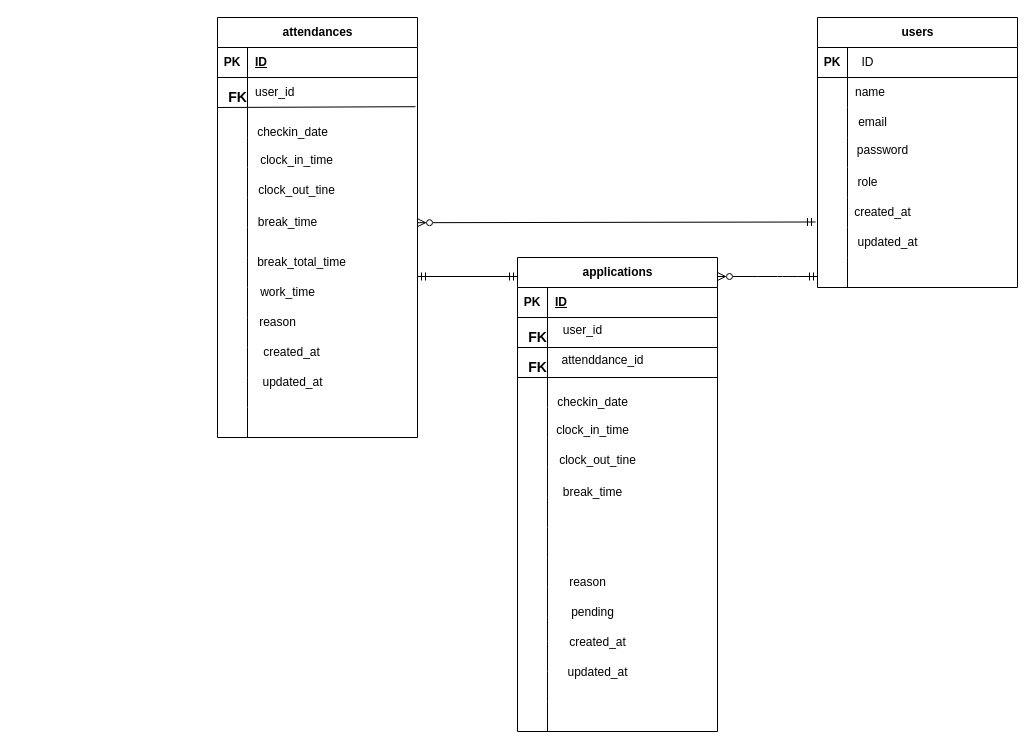
This is er-diagram.drawio from takayuki2025/simulation2_1, a draw.io file, before an edit. Source tidied: cells renumbered, new cells numbered last; positions are measured from the earlier drawing's top-left corner, leaving out a move shared by most shapes. Both pictures are drawn from the tidied source at 100%, with x=0, y=0 at pixel (17, 17).
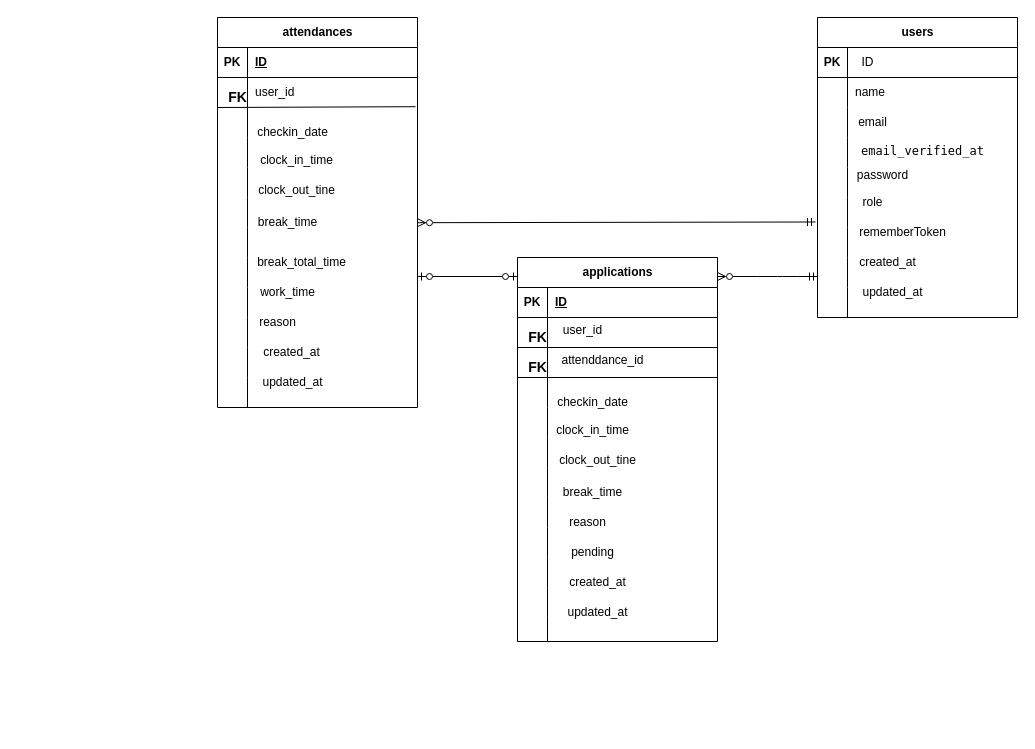
The same diagram, later.

Commit message (it also covers changes not shown here):
仕上げ調整16

Change to the diagram source:
```diff
@@
     <mxCell id="2" value="attendances" style="shape=table;startSize=30;childLayout=tableLayout;rowLines=0;fontStyle=1;align=center;html=1;" parent="1" vertex="1">
-      <mxGeometry x="200" width="200" height="420" as="geometry" />
+      <mxGeometry x="200" width="200" height="390" as="geometry" />
     </mxCell>
@@
-    <mxCell id="39" style="shape=tableRow;horizontal=0;startSize=0;swimlaneHead=0;swimlaneBody=0;fillColor=none;top=0;left=0;right=0;bottom=0;" parent="2" vertex="1">
-      <mxGeometry y="390" width="200" height="30" as="geometry" />
-    </mxCell>
-    <mxCell id="40" style="shape=partialRectangle;fillColor=none;top=0;left=0;bottom=0;right=0;overflow=hidden;whiteSpace=wrap;html=1;" parent="39" vertex="1">
-      <mxGeometry width="30" height="30" as="geometry" />
-    </mxCell>
-    <mxCell id="41" style="shape=partialRectangle;fillColor=none;top=0;left=0;bottom=0;right=0;align=left;spacingLeft=6;overflow=hidden;whiteSpace=wrap;html=1;" parent="39" vertex="1">
-      <mxGeometry x="30" width="170" height="30" as="geometry" />
-    </mxCell>
     <mxCell id="42" value="users" style="shape=table;startSize=30;childLayout=tableLayout;rowLines=0;fontStyle=1;align=center;html=1;" parent="1" vertex="1">
-      <mxGeometry x="800" width="200" height="270" as="geometry" />
+      <mxGeometry x="800" width="200" height="300" as="geometry" />
     </mxCell>
@@
+    <mxCell id="146" style="shape=tableRow;horizontal=0;startSize=0;swimlaneHead=0;swimlaneBody=0;fillColor=none;top=0;left=0;right=0;bottom=0;" parent="42" vertex="1">
+      <mxGeometry y="270" width="200" height="30" as="geometry" />
+    </mxCell>
+    <mxCell id="147" style="shape=partialRectangle;fillColor=none;top=0;left=0;bottom=0;right=0;overflow=hidden;whiteSpace=wrap;html=1;" parent="146" vertex="1">
+      <mxGeometry width="30" height="30" as="geometry" />
+    </mxCell>
+    <mxCell id="148" style="shape=partialRectangle;fillColor=none;top=0;left=0;bottom=0;right=0;align=left;spacingLeft=6;overflow=hidden;whiteSpace=wrap;html=1;" parent="146" vertex="1">
+      <mxGeometry x="30" width="170" height="30" as="geometry" />
+    </mxCell>
@@
     <mxCell id="71" value="password&lt;div&gt;&lt;br&gt;&lt;/div&gt;" style="text;html=1;align=center;verticalAlign=middle;strokeColor=none;fillColor=none;" parent="1" vertex="1">
-      <mxGeometry x="830" y="120" width="70" height="40" as="geometry" />
+      <mxGeometry x="830" y="145" width="70" height="40" as="geometry" />
     </mxCell>
     <mxCell id="72" value="role" style="text;html=1;align=center;verticalAlign=middle;strokeColor=none;fillColor=none;" parent="1" vertex="1">
-      <mxGeometry x="830" y="150" width="40" height="30" as="geometry" />
+      <mxGeometry x="835" y="170" width="40" height="30" as="geometry" />
     </mxCell>
@@
     <mxCell id="74" value="created_at" style="text;html=1;align=center;verticalAlign=middle;strokeColor=none;fillColor=none;" parent="1" vertex="1">
-      <mxGeometry x="825" y="180" width="80" height="30" as="geometry" />
+      <mxGeometry x="830" y="230" width="80" height="30" as="geometry" />
     </mxCell>
@@
     <mxCell id="76" value="updated_at" style="text;html=1;align=center;verticalAlign=middle;strokeColor=none;fillColor=none;" parent="1" vertex="1">
-      <mxGeometry x="830" y="210" width="80" height="30" as="geometry" />
+      <mxGeometry x="835" y="260" width="80" height="30" as="geometry" />
     </mxCell>
@@
     <mxCell id="80" value="applications" style="shape=table;startSize=30;childLayout=tableLayout;rowLines=0;fontStyle=1;align=center;html=1;" parent="1" vertex="1">
-      <mxGeometry x="500" y="240" width="200" height="474" as="geometry" />
+      <mxGeometry x="500" y="240" width="200" height="384" as="geometry" />
     </mxCell>
@@
-    <mxCell id="117" style="shape=tableRow;horizontal=0;startSize=0;swimlaneHead=0;swimlaneBody=0;fillColor=none;top=0;left=0;right=0;bottom=0;" parent="80" vertex="1">
-      <mxGeometry y="384" width="200" height="30" as="geometry" />
-    </mxCell>
-    <mxCell id="118" style="shape=partialRectangle;fillColor=none;top=0;left=0;bottom=0;right=0;overflow=hidden;whiteSpace=wrap;html=1;" parent="117" vertex="1">
-      <mxGeometry width="30" height="30" as="geometry" />
-    </mxCell>
-    <mxCell id="119" style="shape=partialRectangle;fillColor=none;top=0;left=0;bottom=0;right=0;align=left;spacingLeft=6;overflow=hidden;whiteSpace=wrap;html=1;" parent="117" vertex="1">
-      <mxGeometry x="30" width="170" height="30" as="geometry" />
-    </mxCell>
-    <mxCell id="120" style="shape=tableRow;horizontal=0;startSize=0;swimlaneHead=0;swimlaneBody=0;fillColor=none;top=0;left=0;right=0;bottom=0;" parent="80" vertex="1">
-      <mxGeometry y="414" width="200" height="30" as="geometry" />
-    </mxCell>
-    <mxCell id="121" style="shape=partialRectangle;fillColor=none;top=0;left=0;bottom=0;right=0;overflow=hidden;whiteSpace=wrap;html=1;" parent="120" vertex="1">
-      <mxGeometry width="30" height="30" as="geometry" />
-    </mxCell>
-    <mxCell id="122" style="shape=partialRectangle;fillColor=none;top=0;left=0;bottom=0;right=0;align=left;spacingLeft=6;overflow=hidden;whiteSpace=wrap;html=1;" parent="120" vertex="1">
-      <mxGeometry x="30" width="170" height="30" as="geometry" />
-    </mxCell>
-    <mxCell id="123" style="shape=tableRow;horizontal=0;startSize=0;swimlaneHead=0;swimlaneBody=0;fillColor=none;top=0;left=0;right=0;bottom=0;" parent="80" vertex="1">
-      <mxGeometry y="444" width="200" height="30" as="geometry" />
-    </mxCell>
-    <mxCell id="124" style="shape=partialRectangle;fillColor=none;top=0;left=0;bottom=0;right=0;overflow=hidden;whiteSpace=wrap;html=1;" parent="123" vertex="1">
-      <mxGeometry width="30" height="30" as="geometry" />
-    </mxCell>
-    <mxCell id="125" style="shape=partialRectangle;fillColor=none;top=0;left=0;bottom=0;right=0;align=left;spacingLeft=6;overflow=hidden;whiteSpace=wrap;html=1;" parent="123" vertex="1">
-      <mxGeometry x="30" width="170" height="30" as="geometry" />
-    </mxCell>
@@
-    <mxCell id="135" style="endArrow=ERmandOne;html=1;endFill=0;startArrow=ERmandOne;startFill=0;" parent="1" edge="1">
+    <mxCell id="135" style="endArrow=ERzeroToOne;html=1;endFill=0;startArrow=ERzeroToOne;startFill=0;" parent="1" edge="1">
       <mxGeometry relative="1" as="geometry">
         <mxPoint x="400" y="259" as="sourcePoint" />
         <mxPoint x="500" y="259" as="targetPoint" />
       </mxGeometry>
     </mxCell>
@@
     <mxCell id="141" value="reason" style="text;html=1;align=center;verticalAlign=middle;strokeColor=none;fillColor=none;" parent="1" vertex="1">
-      <mxGeometry x="540" y="550" width="60" height="30" as="geometry" />
+      <mxGeometry x="540" y="490" width="60" height="30" as="geometry" />
     </mxCell>
     <mxCell id="142" value="pending" style="text;html=1;align=center;verticalAlign=middle;strokeColor=none;fillColor=none;" parent="1" vertex="1">
-      <mxGeometry x="540" y="580" width="70" height="30" as="geometry" />
+      <mxGeometry x="540" y="520" width="70" height="30" as="geometry" />
     </mxCell>
     <mxCell id="143" value="created_at" style="text;html=1;align=center;verticalAlign=middle;strokeColor=none;fillColor=none;" parent="1" vertex="1">
-      <mxGeometry x="540" y="610" width="80" height="30" as="geometry" />
+      <mxGeometry x="540" y="550" width="80" height="30" as="geometry" />
     </mxCell>
     <mxCell id="144" value="updated_at" style="text;html=1;align=center;verticalAlign=middle;strokeColor=none;fillColor=none;" parent="1" vertex="1">
-      <mxGeometry x="540" y="640" width="80" height="30" as="geometry" />
+      <mxGeometry x="540" y="580" width="80" height="30" as="geometry" />
     </mxCell>
@@
+    <mxCell id="149" value="&lt;div style=&quot;font-family: Menlo, Monaco, &amp;quot;Courier New&amp;quot;, monospace; line-height: 18px; white-space-collapse: preserve;&quot;&gt;&lt;span style=&quot;&quot;&gt;email_verified_at&lt;/span&gt;&lt;/div&gt;" style="text;html=1;align=center;verticalAlign=middle;fontColor=#000000;labelBackgroundColor=#FFFFFF;" parent="1" vertex="1">
+      <mxGeometry x="830" y="118" width="150" height="30" as="geometry" />
+    </mxCell>
+    <mxCell id="150" value="rememberToken" style="text;html=1;align=center;verticalAlign=middle;strokeColor=none;fillColor=none;" parent="1" vertex="1">
+      <mxGeometry x="830" y="200" width="110" height="30" as="geometry" />
+    </mxCell>
```
